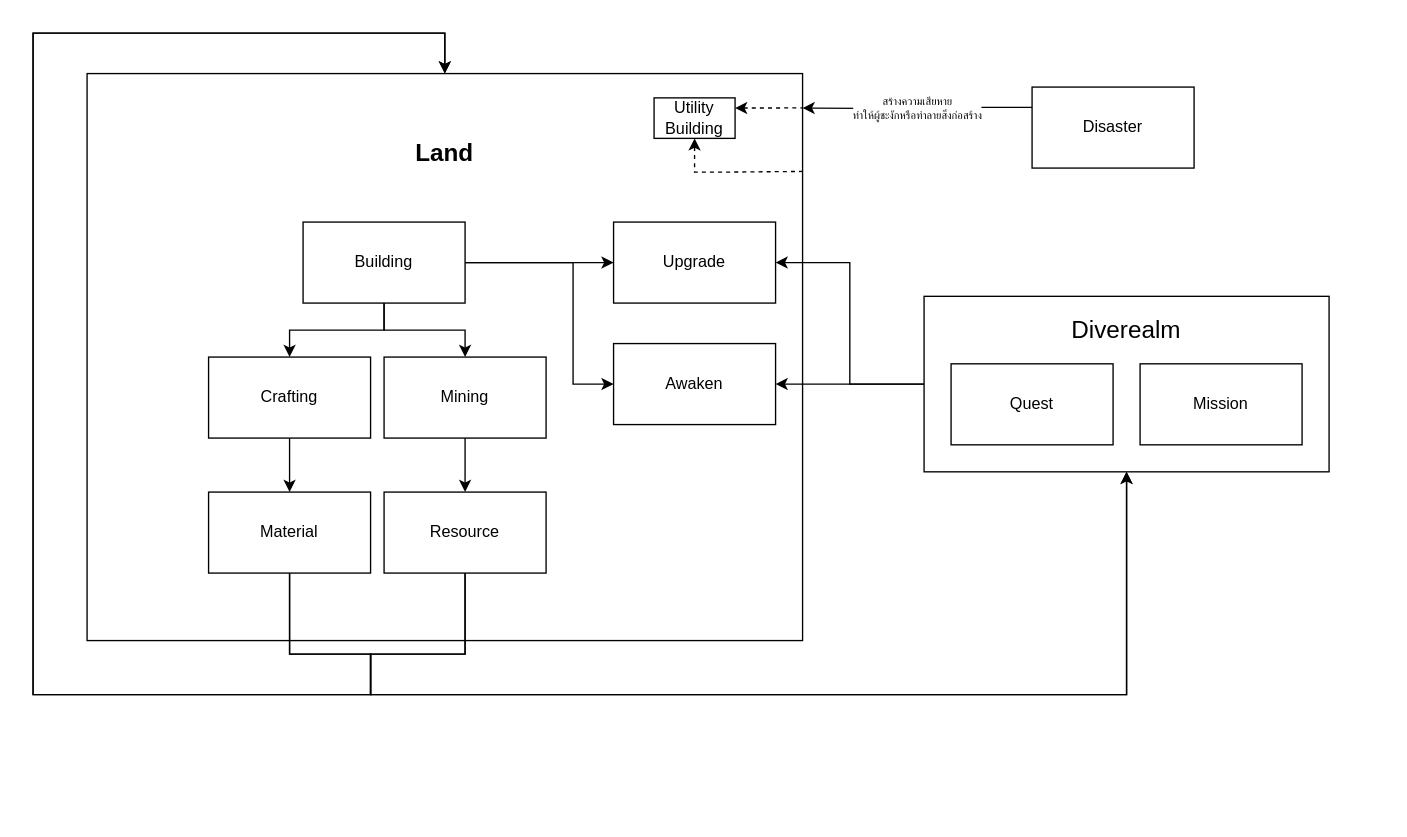
Above: core game work flow.drawio in memberteen/craftdefi-ecosystem (draw.io), before the change. Source tidied: cells renumbered, new cells numbered last; positions are measured from the earlier drawing's top-left corner, leaving out a move shared by most shapes. Both pictures are drawn from the tidied source at 135%, with x=0, y=0 at pixel (32, 32).
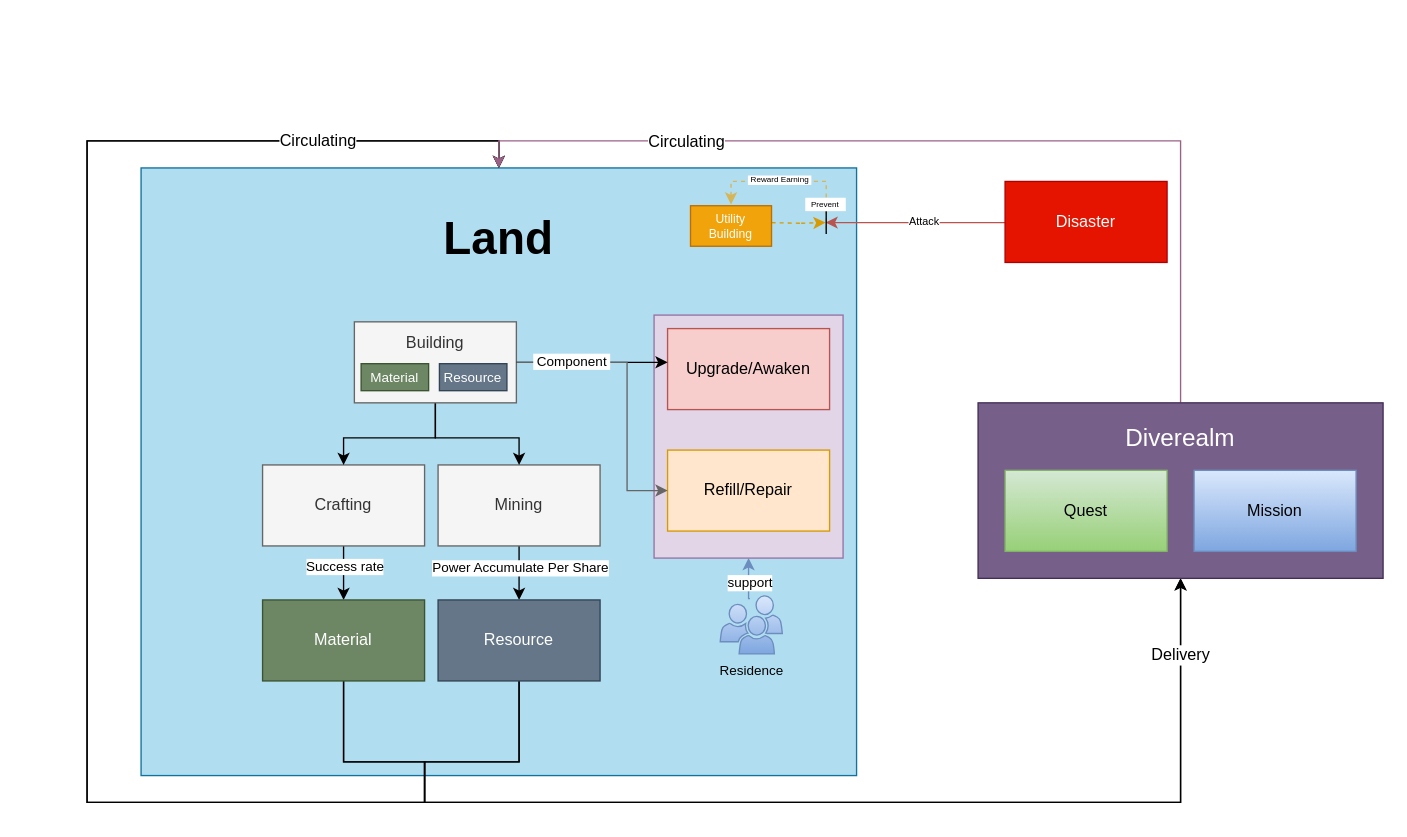
After the change.

The change refers to these unchanged cells:
```xml
<mxCell id="3" style="edgeStyle=orthogonalEdgeStyle;rounded=0;jettySize=auto;html=1;exitX=0.5;exitY=1;exitDx=0;exitDy=0;fontSize=18;" parent="1" edge="1" source="4" target="17">
  <mxGeometry relative="1" as="geometry" />
</mxCell>
<mxCell id="5" style="edgeStyle=orthogonalEdgeStyle;rounded=0;jettySize=auto;html=1;exitX=0.5;exitY=1;exitDx=0;exitDy=0;fontSize=18;" parent="1" edge="1" source="6" target="14">
  <mxGeometry relative="1" as="geometry" />
</mxCell>
```

What changed in the source:
```diff
@@
-    <mxCell id="2" value="&lt;font style=&quot;font-size: 18px;&quot;&gt;&lt;b&gt;Land&lt;/b&gt;&lt;/font&gt;&lt;br&gt;&lt;br&gt;&lt;br&gt;&lt;br&gt;&lt;br&gt;&lt;br&gt;&lt;br&gt;&lt;br&gt;&lt;br&gt;&lt;br&gt;&lt;br&gt;&lt;br&gt;&lt;br&gt;&lt;br&gt;&lt;br&gt;&lt;br&gt;&lt;br&gt;&lt;br&gt;&lt;br&gt;&lt;br&gt;&lt;br&gt;&lt;br&gt;" style="rounded=0;whiteSpace=wrap;html=1;" parent="1" vertex="1">
-      <mxGeometry x="40" y="30" width="530" height="420" as="geometry" />
+    <mxCell id="2" value="&lt;font size=&quot;1&quot; style=&quot;&quot;&gt;&lt;b style=&quot;font-size: 34px;&quot;&gt;Land&lt;br&gt;&lt;/b&gt;&lt;/font&gt;&lt;br&gt;&lt;br&gt;&lt;br&gt;&lt;br&gt;&lt;br&gt;&lt;br&gt;&lt;br&gt;&lt;br&gt;&lt;br&gt;&lt;br&gt;&lt;br&gt;&lt;br&gt;&lt;br&gt;&lt;br&gt;&lt;br&gt;&lt;br&gt;&lt;br&gt;&lt;br&gt;&lt;br&gt;&lt;br&gt;&lt;br&gt;&lt;br&gt;&lt;br&gt;&lt;br&gt;" style="rounded=0;whiteSpace=wrap;html=1;fillColor=#b1ddf0;strokeColor=#10739e;" parent="1" vertex="1">
+      <mxGeometry x="80" y="99.9" width="530" height="450.1" as="geometry" />
     </mxCell>
@@
+    <mxCell id="31" value="&lt;font color=&quot;#000000&quot;&gt;Success rate&lt;/font&gt;" style="edgeLabel;html=1;align=center;verticalAlign=middle;fontSize=10;fontColor=#FFFFFF;" parent="3" vertex="1">
+      <mxGeometry x="-0.23" relative="1" as="geometry" />
+    </mxCell>
-    <mxCell id="4" value="Crafting" style="rounded=0;whiteSpace=wrap;html=1;" parent="1" vertex="1">
-      <mxGeometry x="130" y="240" width="120" height="60" as="geometry" />
+    <mxCell id="4" value="Crafting" style="rounded=0;whiteSpace=wrap;html=1;fillColor=#f5f5f5;fontColor=#333333;strokeColor=#666666;" parent="1" vertex="1">
+      <mxGeometry x="170" y="319.9" width="120" height="60" as="geometry" />
     </mxCell>
@@
+    <mxCell id="32" value="Power Accumulate Per Share" style="edgeLabel;html=1;align=center;verticalAlign=middle;fontSize=10;fontColor=#000000;" parent="5" vertex="1">
+      <mxGeometry x="-0.2" relative="1" as="geometry" />
+    </mxCell>
-    <mxCell id="6" value="Mining" style="rounded=0;whiteSpace=wrap;html=1;" parent="1" vertex="1">
-      <mxGeometry x="260" y="240" width="120" height="60" as="geometry" />
+    <mxCell id="6" value="Mining" style="rounded=0;whiteSpace=wrap;html=1;fillColor=#f5f5f5;fontColor=#333333;strokeColor=#666666;" parent="1" vertex="1">
+      <mxGeometry x="300" y="319.9" width="120" height="60" as="geometry" />
     </mxCell>
     <mxCell id="7" style="edgeStyle=orthogonalEdgeStyle;rounded=0;jettySize=auto;html=1;exitX=0.5;exitY=1;exitDx=0;exitDy=0;fontSize=18;" parent="1" edge="1" source="11" target="4">
-      <mxGeometry relative="1" as="geometry" />
+      <mxGeometry relative="1" as="geometry">
+        <Array as="points">
+          <mxPoint x="298" y="299.9" />
+          <mxPoint x="230" y="299.9" />
+        </Array>
+      </mxGeometry>
     </mxCell>
     <mxCell id="8" style="edgeStyle=orthogonalEdgeStyle;rounded=0;jettySize=auto;html=1;exitX=0.5;exitY=1;exitDx=0;exitDy=0;fontSize=18;" parent="1" edge="1" source="11" target="6">
-      <mxGeometry relative="1" as="geometry" />
+      <mxGeometry relative="1" as="geometry">
+        <Array as="points">
+          <mxPoint x="298" y="299.9" />
+          <mxPoint x="360" y="299.9" />
+        </Array>
+      </mxGeometry>
     </mxCell>
-    <mxCell id="9" style="edgeStyle=orthogonalEdgeStyle;rounded=0;jettySize=auto;html=1;exitX=1;exitY=0.5;exitDx=0;exitDy=0;fontSize=8;startArrow=none;startFill=0;endArrow=classic;endFill=1;" parent="1" edge="1" source="11" target="29">
-      <mxGeometry relative="1" as="geometry" />
-    </mxCell>
-    <mxCell id="10" style="edgeStyle=orthogonalEdgeStyle;rounded=0;jettySize=auto;html=1;exitX=1;exitY=0.5;exitDx=0;exitDy=0;entryX=0;entryY=0.5;entryDx=0;entryDy=0;fontSize=8;startArrow=none;startFill=0;endArrow=classic;endFill=1;" parent="1" edge="1" source="11" target="30">
-      <mxGeometry relative="1" as="geometry">
-        <Array as="points">
-          <mxPoint x="400" y="170" />
-          <mxPoint x="400" y="260" />
-        </Array>
-      </mxGeometry>
-    </mxCell>
-    <mxCell id="11" value="Building" style="rounded=0;whiteSpace=wrap;html=1;" parent="1" vertex="1">
-      <mxGeometry x="200" y="140" width="120" height="60" as="geometry" />
+    <mxCell id="11" value="Building&lt;br&gt;&lt;br&gt;&lt;br&gt;" style="rounded=0;whiteSpace=wrap;html=1;fillColor=#f5f5f5;fontColor=#333333;strokeColor=#666666;" parent="1" vertex="1">
+      <mxGeometry x="238" y="213.9" width="120" height="60" as="geometry" />
     </mxCell>
     <mxCell id="12" style="edgeStyle=orthogonalEdgeStyle;rounded=0;jettySize=auto;html=1;exitX=0.5;exitY=1;exitDx=0;exitDy=0;entryX=0.5;entryY=0;entryDx=0;entryDy=0;fontSize=8;startArrow=none;startFill=0;endArrow=classic;endFill=1;" parent="1" edge="1" source="14" target="2">
       <mxGeometry relative="1" as="geometry">
         <Array as="points">
-          <mxPoint x="320" y="460" />
-          <mxPoint x="250" y="460" />
-          <mxPoint x="250" y="490" />
-          <mxPoint y="490" />
-          <mxPoint />
-          <mxPoint x="305" />
+          <mxPoint x="360" y="539.9" />
+          <mxPoint x="290" y="539.9" />
+          <mxPoint x="290" y="569.9" />
+          <mxPoint x="40" y="569.9" />
+          <mxPoint x="40" y="79.9" />
+          <mxPoint x="345" y="79.9" />
         </Array>
       </mxGeometry>
     </mxCell>
     <mxCell id="13" style="edgeStyle=orthogonalEdgeStyle;rounded=0;jettySize=auto;html=1;exitX=0.5;exitY=1;exitDx=0;exitDy=0;entryX=0.5;entryY=1;entryDx=0;entryDy=0;fontSize=8;startArrow=none;startFill=0;endArrow=classic;endFill=1;" parent="1" edge="1" source="14" target="22">
       <mxGeometry relative="1" as="geometry">
         <Array as="points">
-          <mxPoint x="320" y="460" />
-          <mxPoint x="250" y="460" />
-          <mxPoint x="250" y="490" />
-          <mxPoint x="810" y="490" />
+          <mxPoint x="360" y="539.9" />
+          <mxPoint x="290" y="539.9" />
+          <mxPoint x="290" y="569.9" />
+          <mxPoint x="850" y="569.9" />
         </Array>
       </mxGeometry>
     </mxCell>
-    <mxCell id="14" value="Resource" style="rounded=0;whiteSpace=wrap;html=1;" parent="1" vertex="1">
-      <mxGeometry x="260" y="340" width="120" height="60" as="geometry" />
+    <mxCell id="14" value="Resource" style="rounded=0;whiteSpace=wrap;html=1;fillColor=#647687;strokeColor=#314354;fontColor=#ffffff;" parent="1" vertex="1">
+      <mxGeometry x="300" y="419.9" width="120" height="60" as="geometry" />
     </mxCell>
     <mxCell id="15" style="edgeStyle=orthogonalEdgeStyle;rounded=0;jettySize=auto;html=1;exitX=0.5;exitY=1;exitDx=0;exitDy=0;entryX=0.5;entryY=0;entryDx=0;entryDy=0;fontSize=8;startArrow=none;startFill=0;endArrow=classic;endFill=1;" parent="1" edge="1" source="17" target="2">
       <mxGeometry relative="1" as="geometry">
         <Array as="points">
-          <mxPoint x="190" y="460" />
-          <mxPoint x="250" y="460" />
-          <mxPoint x="250" y="490" />
-          <mxPoint y="490" />
-          <mxPoint />
-          <mxPoint x="305" />
+          <mxPoint x="230" y="539.9" />
+          <mxPoint x="290" y="539.9" />
+          <mxPoint x="290" y="569.9" />
+          <mxPoint x="40" y="569.9" />
+          <mxPoint x="40" y="79.9" />
+          <mxPoint x="345" y="79.9" />
         </Array>
       </mxGeometry>
     </mxCell>
+    <mxCell id="33" value="Circulating" style="edgeLabel;html=1;align=center;verticalAlign=middle;fontSize=12;" parent="15" vertex="1">
+      <mxGeometry x="0.05" y="2" relative="1" as="geometry">
+        <mxPoint x="172" y="-252" as="offset" />
+      </mxGeometry>
+    </mxCell>
-    <mxCell id="16" style="edgeStyle=orthogonalEdgeStyle;rounded=0;jettySize=auto;html=1;exitX=0.5;exitY=1;exitDx=0;exitDy=0;entryX=0.5;entryY=1;entryDx=0;entryDy=0;fontSize=8;startArrow=none;startFill=0;endArrow=classic;endFill=1;" parent="1" edge="1" source="17" target="22">
-      <mxGeometry relative="1" as="geometry">
+    <mxCell id="16" value="&amp;nbsp;Delivery&amp;nbsp;" style="edgeStyle=orthogonalEdgeStyle;rounded=0;jettySize=auto;html=1;exitX=0.5;exitY=1;exitDx=0;exitDy=0;entryX=0.5;entryY=1;entryDx=0;entryDy=0;fontSize=12;startArrow=none;startFill=0;endArrow=classic;endFill=1;" parent="1" edge="1" source="17" target="22">
+      <mxGeometry x="0.87" relative="1" as="geometry">
         <Array as="points">
-          <mxPoint x="190" y="460" />
-          <mxPoint x="250" y="460" />
-          <mxPoint x="250" y="490" />
-          <mxPoint x="810" y="490" />
+          <mxPoint x="230" y="539.9" />
+          <mxPoint x="290" y="539.9" />
+          <mxPoint x="290" y="569.9" />
+          <mxPoint x="850" y="569.9" />
         </Array>
       </mxGeometry>
     </mxCell>
-    <mxCell id="17" value="Material" style="rounded=0;whiteSpace=wrap;html=1;" parent="1" vertex="1">
-      <mxGeometry x="130" y="340" width="120" height="60" as="geometry" />
+    <mxCell id="17" value="Material" style="rounded=0;whiteSpace=wrap;html=1;fillColor=#6d8764;fontColor=#ffffff;strokeColor=#3A5431;" parent="1" vertex="1">
+      <mxGeometry x="170" y="419.9" width="120" height="60" as="geometry" />
     </mxCell>
-    <mxCell id="18" value="&lt;span style=&quot;font-size: 8px;&quot;&gt;สร้างความเสียหาย&lt;br style=&quot;font-size: 8px;&quot;&gt;ทำให้ผู้ชะงักหรือทำลายสิ่งก่อสร้าง&lt;br style=&quot;font-size: 8px;&quot;&gt;&lt;/span&gt;" style="edgeStyle=orthogonalEdgeStyle;rounded=0;jettySize=auto;html=1;exitX=0;exitY=0.25;exitDx=0;exitDy=0;entryX=1;entryY=0.75;entryDx=0;entryDy=0;fontSize=8;" parent="1" edge="1" source="19">
-      <mxGeometry relative="1" as="geometry">
-        <mxPoint x="570" y="55.5" as="targetPoint" />
+    <mxCell id="18" value="&lt;span style=&quot;font-size: 8px;&quot;&gt;Attack&lt;br style=&quot;font-size: 8px;&quot;&gt;&lt;/span&gt;" style="edgeStyle=orthogonalEdgeStyle;rounded=0;orthogonalLoop=1;jettySize=auto;html=1;exitX=0;exitY=0.25;exitDx=0;exitDy=0;fontSize=8;fillColor=#f8cecc;gradientColor=#ea6b66;strokeColor=#b85450;" parent="1" edge="1">
+      <mxGeometry x="0.3" relative="1" as="geometry">
+        <mxPoint x="797" y="140.4" as="sourcePoint" />
+        <mxPoint x="587" y="140.4" as="targetPoint" />
+        <Array as="points">
+          <mxPoint x="687" y="139.9" />
+        </Array>
       </mxGeometry>
     </mxCell>
-    <mxCell id="19" value="Disaster" style="rounded=0;whiteSpace=wrap;html=1;" parent="1" vertex="1">
-      <mxGeometry x="740" y="40" width="120" height="60" as="geometry" />
+    <mxCell id="19" value="Disaster" style="rounded=0;whiteSpace=wrap;html=1;fillColor=#e51400;fontColor=#ffffff;strokeColor=#B20000;" parent="1" vertex="1">
+      <mxGeometry x="720" y="109.9" width="120" height="60" as="geometry" />
     </mxCell>
-    <mxCell id="20" style="edgeStyle=orthogonalEdgeStyle;rounded=0;jettySize=auto;html=1;exitX=0;exitY=0.5;exitDx=0;exitDy=0;fontSize=8;startArrow=none;startFill=0;endArrow=classic;endFill=1;" parent="1" edge="1" source="22" target="30">
-      <mxGeometry relative="1" as="geometry" />
-    </mxCell>
-    <mxCell id="21" style="edgeStyle=orthogonalEdgeStyle;rounded=0;jettySize=auto;html=1;exitX=0;exitY=0.5;exitDx=0;exitDy=0;entryX=1;entryY=0.5;entryDx=0;entryDy=0;fontSize=8;startArrow=none;startFill=0;endArrow=classic;endFill=1;" parent="1" edge="1" source="22" target="29">
-      <mxGeometry relative="1" as="geometry" />
-    </mxCell>
+    <mxCell id="34" style="edgeStyle=orthogonalEdgeStyle;rounded=0;jettySize=auto;html=1;exitX=0.5;exitY=0;exitDx=0;exitDy=0;entryX=0.5;entryY=0;entryDx=0;entryDy=0;fontSize=10;fontColor=#FFFFFF;startArrow=none;startFill=0;endArrow=classic;endFill=1;fillColor=#e6d0de;gradientColor=#d5739d;strokeColor=#996185;" parent="1" edge="1" source="22" target="2">
+      <mxGeometry relative="1" as="geometry">
+        <Array as="points">
+          <mxPoint x="850" y="79.9" />
+          <mxPoint x="345" y="79.9" />
+        </Array>
+      </mxGeometry>
+    </mxCell>
+    <mxCell id="35" value="&lt;span style=&quot;color: rgb(0, 0, 0); font-size: 12px;&quot;&gt;Circulating&lt;/span&gt;" style="edgeLabel;html=1;align=center;verticalAlign=middle;fontSize=10;fontColor=#FFFFFF;" parent="34" vertex="1">
+      <mxGeometry x="0.66" y="-2" relative="1" as="geometry">
+        <mxPoint x="36" y="3" as="offset" />
+      </mxGeometry>
+    </mxCell>
-    <mxCell id="22" style="rounded=0;whiteSpace=wrap;html=1;" parent="1" vertex="1">
-      <mxGeometry x="660" y="195" width="300" height="130" as="geometry" />
+    <mxCell id="22" style="rounded=0;whiteSpace=wrap;html=1;fillColor=#76608a;fontColor=#ffffff;strokeColor=#432D57;" parent="1" vertex="1">
+      <mxGeometry x="700" y="273.9" width="300" height="130" as="geometry" />
     </mxCell>
-    <mxCell id="23" value="Quest" style="rounded=0;whiteSpace=wrap;html=1;" parent="1" vertex="1">
-      <mxGeometry x="680" y="245" width="120" height="60" as="geometry" />
+    <mxCell id="23" value="Quest" style="rounded=0;whiteSpace=wrap;html=1;fillColor=#d5e8d4;gradientColor=#97d077;strokeColor=#82b366;" parent="1" vertex="1">
+      <mxGeometry x="720" y="323.9" width="120" height="60" as="geometry" />
     </mxCell>
-    <mxCell id="24" value="Mission" style="rounded=0;whiteSpace=wrap;html=1;" parent="1" vertex="1">
-      <mxGeometry x="820" y="245" width="120" height="60" as="geometry" />
+    <mxCell id="24" value="Mission" style="rounded=0;whiteSpace=wrap;html=1;fillColor=#dae8fc;gradientColor=#7ea6e0;strokeColor=#6c8ebf;" parent="1" vertex="1">
+      <mxGeometry x="860" y="323.9" width="120" height="60" as="geometry" />
     </mxCell>
-    <mxCell id="25" value="&lt;font style=&quot;font-size: 18px;&quot;&gt;Diverealm&lt;/font&gt;" style="text;html=1;strokeColor=none;fillColor=none;align=center;verticalAlign=middle;whiteSpace=wrap;rounded=0;" parent="1" vertex="1">
-      <mxGeometry x="780" y="205" width="60" height="30" as="geometry" />
+    <mxCell id="25" value="&lt;font style=&quot;font-size: 18px;&quot;&gt;Diverealm&lt;/font&gt;" style="text;html=1;strokeColor=none;fillColor=none;align=center;verticalAlign=middle;whiteSpace=wrap;rounded=0;fontColor=#FFFFFF;" parent="1" vertex="1">
+      <mxGeometry x="820" y="284.9" width="60" height="30" as="geometry" />
     </mxCell>
-    <mxCell id="26" style="edgeStyle=orthogonalEdgeStyle;rounded=0;jettySize=auto;html=1;exitX=1;exitY=0.25;exitDx=0;exitDy=0;entryX=1;entryY=0.128;entryDx=0;entryDy=0;entryPerimeter=0;fontSize=8;startArrow=classic;startFill=1;endArrow=none;endFill=0;dashed=1;" parent="1" edge="1" source="28">
-      <mxGeometry relative="1" as="geometry">
-        <mxPoint x="570" y="55.4" as="targetPoint" />
-      </mxGeometry>
-    </mxCell>
-    <mxCell id="27" style="edgeStyle=orthogonalEdgeStyle;rounded=0;jettySize=auto;html=1;exitX=0.5;exitY=1;exitDx=0;exitDy=0;entryX=1;entryY=0.25;entryDx=0;entryDy=0;dashed=1;fontSize=8;startArrow=classic;startFill=1;endArrow=none;endFill=0;" parent="1" edge="1" source="28">
-      <mxGeometry relative="1" as="geometry">
-        <mxPoint x="570" y="102.5" as="targetPoint" />
-        <Array as="points">
-          <mxPoint x="490" y="103" />
-          <mxPoint x="510" y="103" />
-        </Array>
-      </mxGeometry>
-    </mxCell>
+    <mxCell id="36" style="edgeStyle=orthogonalEdgeStyle;rounded=0;orthogonalLoop=1;jettySize=auto;html=1;exitX=1;exitY=0.25;exitDx=0;exitDy=0;dashed=1;fillColor=#ffcd28;gradientColor=#ffa500;strokeColor=#d79b00;" parent="1" edge="1">
+      <mxGeometry relative="1" as="geometry">
+        <mxPoint x="547" y="140.4" as="sourcePoint" />
+        <mxPoint x="587" y="140.4" as="targetPoint" />
+      </mxGeometry>
+    </mxCell>
+    <mxCell id="37" style="edgeStyle=orthogonalEdgeStyle;rounded=0;orthogonalLoop=1;jettySize=auto;html=1;exitX=0.5;exitY=0;exitDx=0;exitDy=0;fontSize=6;startArrow=classic;startFill=1;endArrow=none;endFill=0;dashed=1;fillColor=#fff2cc;gradientColor=#ffd966;strokeColor=#d6b656;" parent="1" edge="1">
+      <mxGeometry relative="1" as="geometry">
+        <mxPoint x="517" y="126.9" as="sourcePoint" />
+        <mxPoint x="587.5" y="148.9" as="targetPoint" />
+        <Array as="points">
+          <mxPoint x="517" y="109.9" />
+          <mxPoint x="587" y="109.9" />
+        </Array>
+      </mxGeometry>
+    </mxCell>
+    <mxCell id="38" value="&lt;font style=&quot;font-size: 6px;&quot;&gt;&amp;nbsp;Reward Earning&amp;nbsp;&lt;/font&gt;" style="edgeLabel;html=1;align=center;verticalAlign=middle;fontSize=6;" parent="37" vertex="1">
+      <mxGeometry x="-0.24" y="1" relative="1" as="geometry">
+        <mxPoint x="4" as="offset" />
+      </mxGeometry>
+    </mxCell>
-    <mxCell id="28" value="Utility&lt;br&gt;Building" style="rounded=0;whiteSpace=wrap;html=1;" parent="1" vertex="1">
-      <mxGeometry x="460" y="48" width="60" height="30" as="geometry" />
+    <mxCell id="28" value="Utility&lt;br style=&quot;font-size: 9px;&quot;&gt;Building" style="rounded=0;whiteSpace=wrap;html=1;fontSize=9;fillColor=#f0a30a;fontColor=#FFFFFF;strokeColor=#BD7000;" parent="1" vertex="1">
+      <mxGeometry x="487" y="127.9" width="60" height="30" as="geometry" />
     </mxCell>
+    <mxCell id="39" style="endArrow=none;html=1;rounded=0;exitX=0.925;exitY=0.095;exitDx=0;exitDy=0;exitPerimeter=0;" parent="1" edge="1">
+      <mxGeometry relative="1" as="geometry">
+        <mxPoint x="587.5" y="148.9" as="sourcePoint" />
+        <mxPoint x="587.5" y="131.9" as="targetPoint" />
+      </mxGeometry>
+    </mxCell>
+    <mxCell id="40" value="Prevent" style="text;html=1;strokeColor=none;fillColor=default;align=center;verticalAlign=middle;whiteSpace=wrap;rounded=0;fontSize=6;" parent="1" vertex="1">
+      <mxGeometry x="572" y="122" width="30" height="9.9" as="geometry" />
+    </mxCell>
+    <mxCell id="41" style="rounded=0;whiteSpace=wrap;html=1;fillColor=#e1d5e7;strokeColor=#9673a6;" parent="1" vertex="1">
+      <mxGeometry x="460" y="208.9" width="140" height="180" as="geometry" />
+    </mxCell>
-    <mxCell id="29" value="Upgrade" style="rounded=0;whiteSpace=wrap;html=1;" parent="1" vertex="1">
-      <mxGeometry x="430" y="140" width="120" height="60" as="geometry" />
+    <mxCell id="29" value="Upgrade/Awaken" style="rounded=0;whiteSpace=wrap;html=1;fillColor=#f8cecc;strokeColor=#b85450;" parent="1" vertex="1">
+      <mxGeometry x="470" y="218.9" width="120" height="60" as="geometry" />
     </mxCell>
-    <mxCell id="30" value="Awaken" style="rounded=0;whiteSpace=wrap;html=1;" parent="1" vertex="1">
-      <mxGeometry x="430" y="230" width="120" height="60" as="geometry" />
+    <mxCell id="30" value="Refill/Repair" style="rounded=0;whiteSpace=wrap;html=1;fillColor=#ffe6cc;strokeColor=#d79b00;" parent="1" vertex="1">
+      <mxGeometry x="470" y="308.9" width="120" height="60" as="geometry" />
     </mxCell>
+    <mxCell id="9" style="edgeStyle=orthogonalEdgeStyle;rounded=0;jettySize=auto;html=1;exitX=1;exitY=0.5;exitDx=0;exitDy=0;fontSize=8;startArrow=none;startFill=0;endArrow=classic;endFill=1;" parent="1" edge="1" source="11">
+      <mxGeometry relative="1" as="geometry">
+        <mxPoint x="470" y="243.9" as="targetPoint" />
+      </mxGeometry>
+    </mxCell>
+    <mxCell id="10" style="edgeStyle=orthogonalEdgeStyle;rounded=0;jettySize=auto;html=1;exitX=1;exitY=0.5;exitDx=0;exitDy=0;entryX=0;entryY=0.5;entryDx=0;entryDy=0;fontSize=8;startArrow=none;startFill=0;endArrow=classic;endFill=1;fillColor=#f5f5f5;gradientColor=#b3b3b3;strokeColor=#666666;" parent="1" edge="1" source="11" target="30">
+      <mxGeometry relative="1" as="geometry">
+        <Array as="points">
+          <mxPoint x="440" y="243.9" />
+          <mxPoint x="440" y="338.9" />
+        </Array>
+      </mxGeometry>
+    </mxCell>
+    <mxCell id="42" value="&amp;nbsp;Component&amp;nbsp;" style="edgeLabel;html=1;align=center;verticalAlign=middle;fontSize=10;" parent="10" vertex="1">
+      <mxGeometry x="-0.7" y="1" relative="1" as="geometry">
+        <mxPoint x="9" as="offset" />
+      </mxGeometry>
+    </mxCell>
+    <mxCell id="43" style="edgeStyle=orthogonalEdgeStyle;rounded=0;jettySize=auto;html=1;exitX=0.5;exitY=0;exitDx=0;exitDy=0;entryX=0.5;entryY=1;entryDx=0;entryDy=0;fontSize=6;startArrow=none;startFill=0;endArrow=classic;endFill=1;fillColor=#dae8fc;gradientColor=#7ea6e0;strokeColor=#6c8ebf;" parent="1" edge="1" target="41">
+      <mxGeometry relative="1" as="geometry">
+        <mxPoint x="531" y="418.9" as="sourcePoint" />
+      </mxGeometry>
+    </mxCell>
+    <mxCell id="44" value="support" style="edgeLabel;html=1;align=center;verticalAlign=middle;fontSize=10;fontColor=#000000;" parent="43" vertex="1">
+      <mxGeometry x="-0.28" relative="1" as="geometry">
+        <mxPoint y="-2" as="offset" />
+      </mxGeometry>
+    </mxCell>
+    <mxCell id="45" value="Material" style="rounded=0;whiteSpace=wrap;html=1;fillColor=#6d8764;fontColor=#ffffff;strokeColor=#3A5431;fontSize=10;" parent="1" vertex="1">
+      <mxGeometry x="243" y="244.9" width="50" height="20" as="geometry" />
+    </mxCell>
+    <mxCell id="46" value="Resource" style="rounded=0;whiteSpace=wrap;html=1;fillColor=#647687;fontColor=#ffffff;strokeColor=#314354;fontSize=10;" parent="1" vertex="1">
+      <mxGeometry x="301" y="244.9" width="50" height="20" as="geometry" />
+    </mxCell>
+    <mxCell id="47" value="Residence" style="sketch=0;shadow=0;dashed=0;html=1;strokeColor=#6c8ebf;fillColor=#dae8fc;labelPosition=center;verticalLabelPosition=bottom;verticalAlign=top;align=center;shape=mxgraph.office.users.users;labelBackgroundColor=none;fontSize=10;gradientColor=#7ea6e0;" parent="1" vertex="1">
+      <mxGeometry x="509" y="416.9" width="46" height="43" as="geometry" />
+    </mxCell>
```
